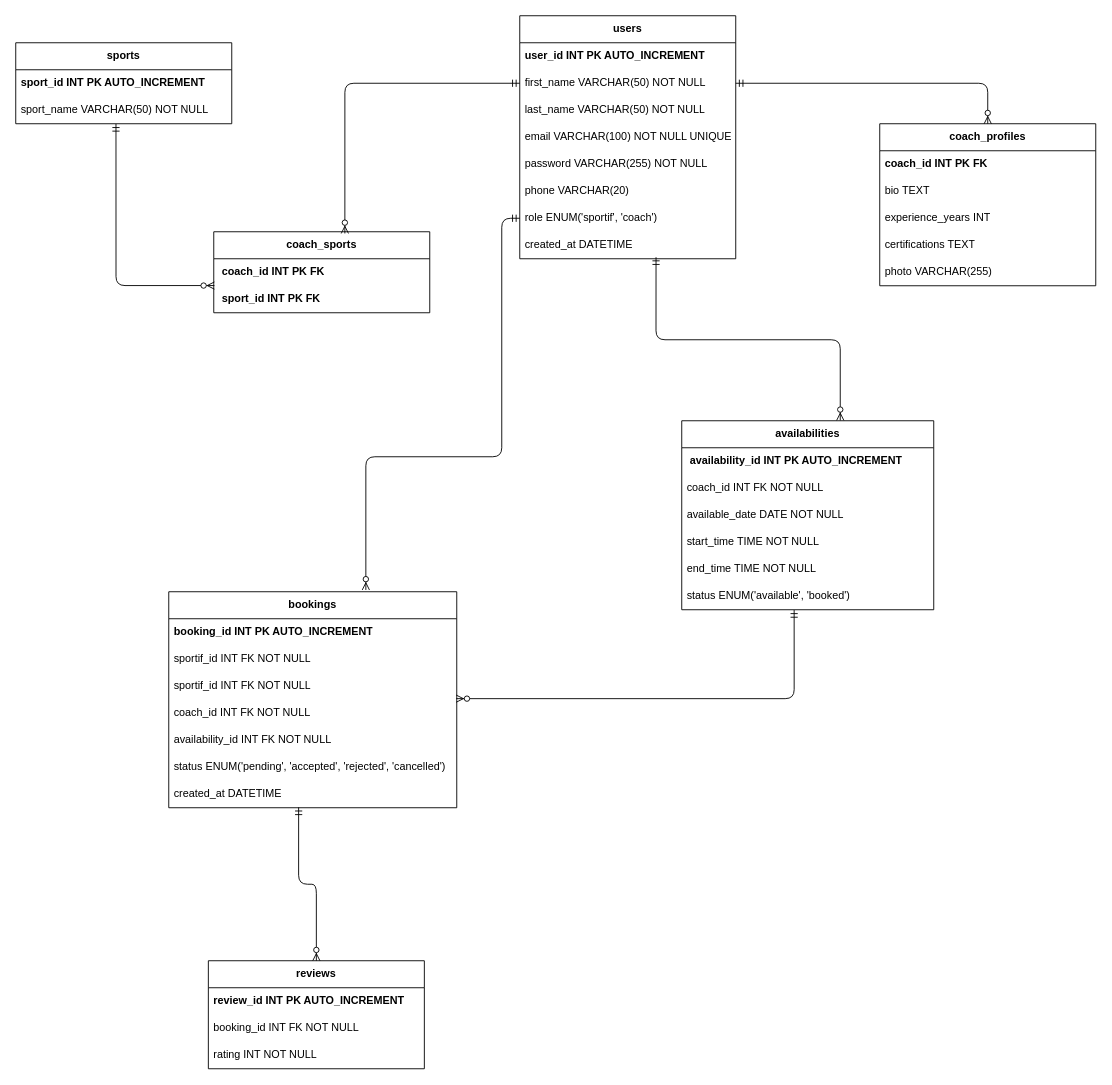
reda-guemry/CoachPro- keeps this draw.io diagram as src/UML/urd.drawio. Above is the earlier version. Source tidied: cells renumbered, new cells numbered last; positions are measured from the earlier drawing's top-left corner, leaving out a move shared by most shapes. Both pictures are drawn from the tidied source at 90%, with x=0, y=0 at pixel (15, 15).
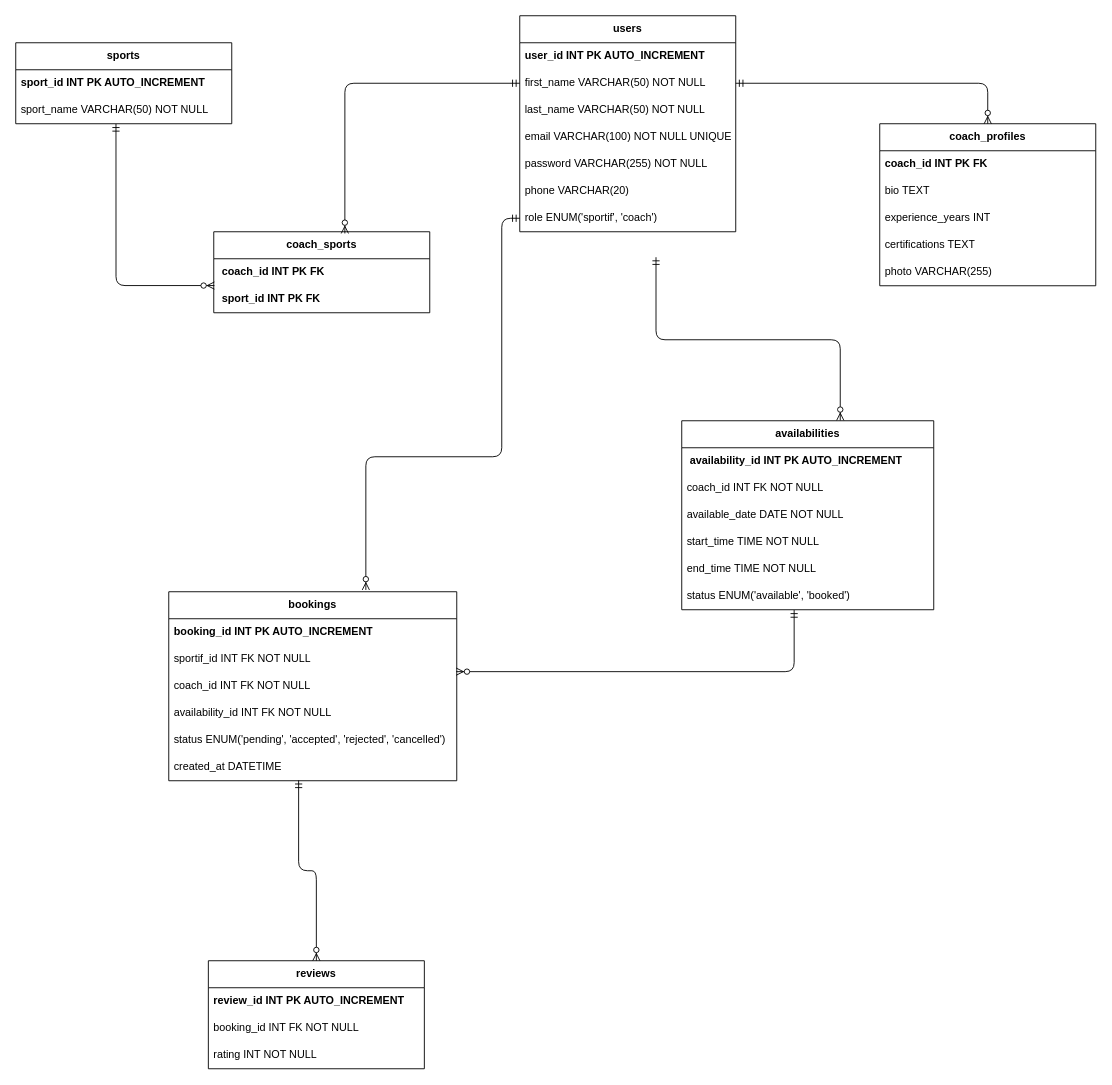
Above is the later version.

The change refers to these unchanged cells:
```xml
<mxCell id="23" value="&lt;b&gt;availabilities&lt;/b&gt;" style="swimlane;fontStyle=0;horizontal=1;startSize=30;whiteSpace=wrap;html=1;" parent="1" vertex="1">
  <mxGeometry x="740" y="450" width="280" height="210" as="geometry" />
</mxCell>
```

Diff of the diagram source:
```diff
@@
     <mxCell id="2" value="&lt;b&gt;users&lt;/b&gt;" style="swimlane;fontStyle=0;horizontal=1;startSize=30;whiteSpace=wrap;html=1;" parent="1" vertex="1">
-      <mxGeometry x="560" width="240" height="270" as="geometry" />
+      <mxGeometry x="560" width="240" height="240" as="geometry" />
     </mxCell>
@@
-    <mxCell id="10" value="created_at DATETIME" style="text;align=left;verticalAlign=middle;spacingLeft=4;spacingRight=4;overflow=hidden;points=[[0,0.5],[1,0.5]];portConstraint=eastwest;whiteSpace=wrap;html=1;" parent="2" vertex="1">
-      <mxGeometry y="240" width="240" height="30" as="geometry" />
-    </mxCell>
@@
     <mxCell id="30" value="&lt;b&gt;bookings&lt;/b&gt;" style="swimlane;fontStyle=0;horizontal=1;startSize=30;whiteSpace=wrap;html=1;" parent="1" vertex="1">
-      <mxGeometry x="170" y="640" width="320" height="240" as="geometry" />
+      <mxGeometry x="170" y="640" width="320" height="210" as="geometry" />
     </mxCell>
@@
-    <mxCell id="33" value="sportif_id INT FK NOT NULL" style="text;align=left;verticalAlign=middle;spacingLeft=4;spacingRight=4;overflow=hidden;whiteSpace=wrap;html=1;" parent="30" vertex="1">
-      <mxGeometry y="90" width="320" height="30" as="geometry" />
-    </mxCell>
     <mxCell id="34" value="coach_id INT FK NOT NULL" style="text;align=left;verticalAlign=middle;spacingLeft=4;spacingRight=4;overflow=hidden;points=[[0,0.5],[1,0.5]];portConstraint=eastwest;whiteSpace=wrap;html=1;" parent="30" vertex="1">
-      <mxGeometry y="120" width="320" height="30" as="geometry" />
+      <mxGeometry y="90" width="320" height="30" as="geometry" />
     </mxCell>
     <mxCell id="35" value="availability_id INT FK NOT NULL" style="text;align=left;verticalAlign=middle;spacingLeft=4;spacingRight=4;overflow=hidden;whiteSpace=wrap;html=1;" parent="30" vertex="1">
-      <mxGeometry y="150" width="320" height="30" as="geometry" />
+      <mxGeometry y="120" width="320" height="30" as="geometry" />
     </mxCell>
     <mxCell id="36" value="status ENUM('pending', 'accepted', 'rejected', 'cancelled')" style="text;align=left;verticalAlign=middle;spacingLeft=4;spacingRight=4;overflow=hidden;whiteSpace=wrap;html=1;" parent="30" vertex="1">
-      <mxGeometry y="180" width="320" height="30" as="geometry" />
+      <mxGeometry y="150" width="320" height="30" as="geometry" />
     </mxCell>
     <mxCell id="37" value="created_at DATETIME" style="text;align=left;verticalAlign=middle;spacingLeft=4;spacingRight=4;overflow=hidden;points=[[0,0.5],[1,0.5]];portConstraint=eastwest;whiteSpace=wrap;html=1;" parent="30" vertex="1">
-      <mxGeometry y="210" width="320" height="30" as="geometry" />
+      <mxGeometry y="180" width="320" height="30" as="geometry" />
     </mxCell>
@@
-    <mxCell id="45" style="fontSize=12;html=1;endArrow=ERzeroToMany;startArrow=ERmandOne;entryX=0.629;entryY=-0.002;entryDx=0;entryDy=0;exitX=0.631;exitY=0.944;exitDx=0;exitDy=0;targetPerimeterSpacing=1;edgeStyle=orthogonalEdgeStyle;exitPerimeter=0;entryPerimeter=0;" parent="1" edge="1" source="10" target="23">
+    <mxCell id="45" style="fontSize=12;html=1;endArrow=ERzeroToMany;startArrow=ERmandOne;entryX=0.629;entryY=-0.002;entryDx=0;entryDy=0;exitX=0.631;exitY=0.944;exitDx=0;exitDy=0;targetPerimeterSpacing=1;edgeStyle=orthogonalEdgeStyle;exitPerimeter=0;entryPerimeter=0;" parent="1" edge="1" target="23">
       <mxGeometry relative="1" as="geometry">
+        <mxPoint x="711.4" y="268.3" as="sourcePoint" />
         <Array as="points">
           <mxPoint x="711" y="360" />
           <mxPoint x="916" y="360" />
         </Array>
       </mxGeometry>
     </mxCell>
```
